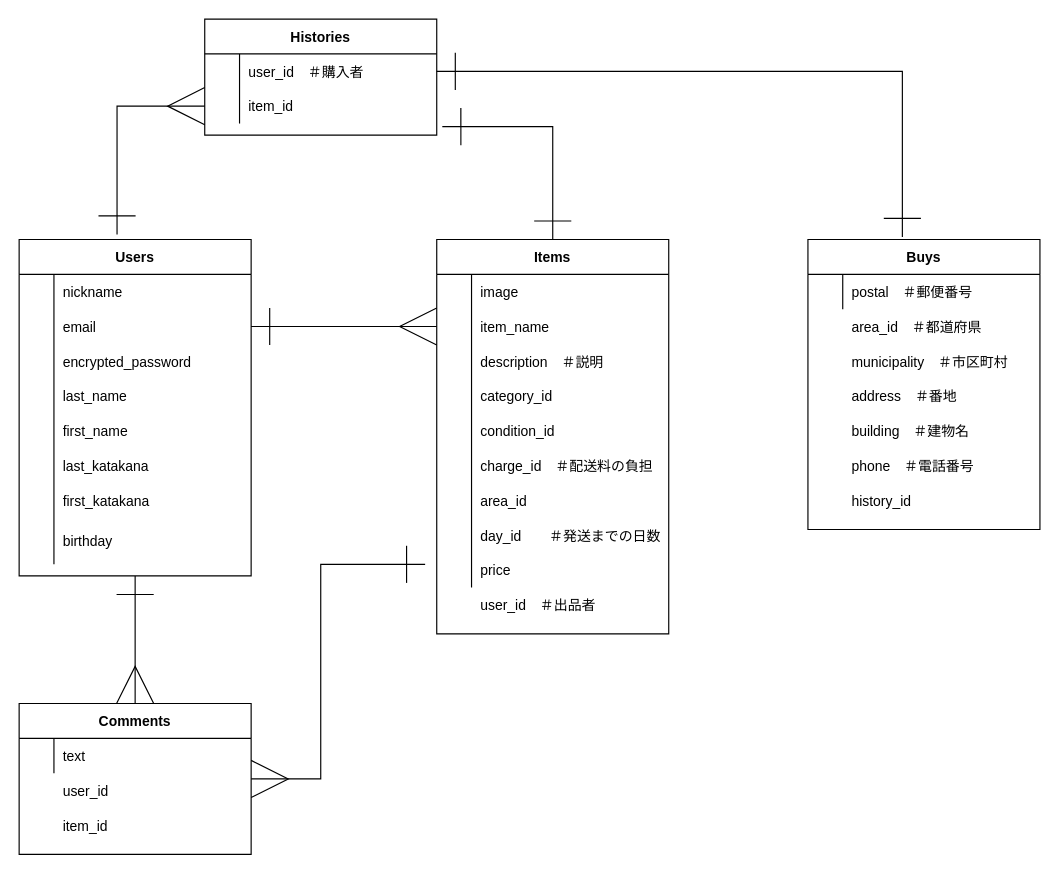
KUMA-06/furima-36109 keeps this draw.io diagram as furima.dio. Above is the earlier version. Source tidied: cells renumbered, new cells numbered last; positions are measured from the earlier drawing's top-left corner, leaving out a move shared by most shapes. Both pictures are drawn from the tidied source at 116%, with x=0, y=0 at pixel (19, 19).
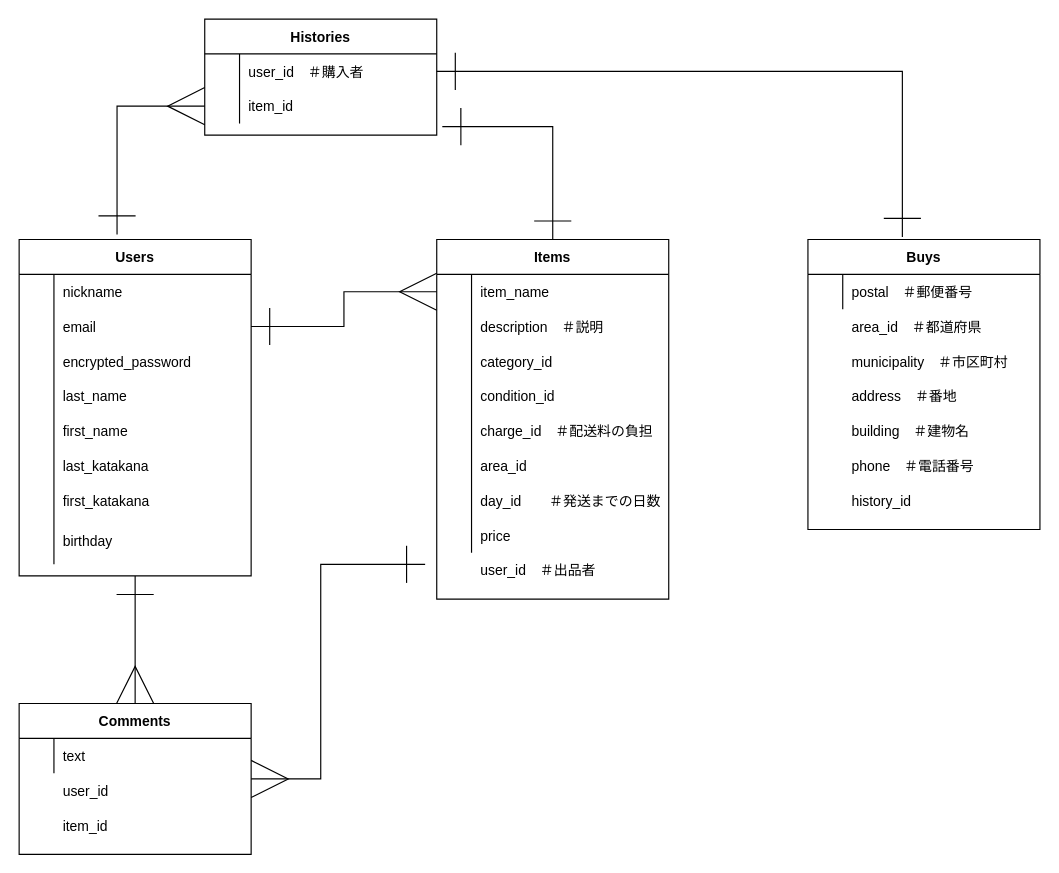
The same page after the edit.

Commit message:
データベース設計　完成

Change to the diagram source:
```diff
@@
     <mxCell id="29" value="Items" style="shape=table;startSize=30;childLayout=tableLayout;rowLines=0;fontStyle=1;align=center;" parent="1" vertex="1">
-      <mxGeometry x="360" y="190" width="200" height="340" as="geometry" />
+      <mxGeometry x="360" y="190" width="200" height="310" as="geometry" />
     </mxCell>
-    <mxCell id="30" style="shape=partialRectangle;fillColor=none;top=0;left=0;bottom=0;right=0;" parent="29" vertex="1">
-      <mxGeometry y="30" width="200" height="30" as="geometry" />
-    </mxCell>
-    <mxCell id="31" style="shape=partialRectangle;fillColor=none;top=0;left=0;bottom=0;right=0;overflow=hidden;" parent="30" vertex="1">
-      <mxGeometry width="30" height="30" as="geometry" />
-    </mxCell>
-    <mxCell id="32" value="image" style="shape=partialRectangle;fillColor=none;top=0;left=0;bottom=0;right=0;align=left;spacingLeft=6;overflow=hidden;perimeterSpacing=1;" parent="30" vertex="1">
-      <mxGeometry x="30" width="170" height="30" as="geometry" />
-    </mxCell>
     <mxCell id="33" style="shape=partialRectangle;fillColor=none;top=0;left=0;bottom=0;right=0;points=[[0,0.5],[1,0.5]];portConstraint=eastwest;" parent="29" vertex="1">
-      <mxGeometry y="60" width="200" height="30" as="geometry" />
+      <mxGeometry y="30" width="200" height="30" as="geometry" />
     </mxCell>
@@
     <mxCell id="36" style="shape=partialRectangle;fillColor=none;top=0;left=0;bottom=0;right=0;" parent="29" vertex="1">
-      <mxGeometry y="90" width="200" height="30" as="geometry" />
+      <mxGeometry y="60" width="200" height="30" as="geometry" />
     </mxCell>
@@
     <mxCell id="39" style="shape=partialRectangle;fillColor=none;top=0;left=0;bottom=0;right=0;" parent="29" vertex="1">
-      <mxGeometry y="120" width="200" height="30" as="geometry" />
+      <mxGeometry y="90" width="200" height="30" as="geometry" />
     </mxCell>
@@
     <mxCell id="42" style="shape=partialRectangle;fillColor=none;top=0;left=0;bottom=0;right=0;" parent="29" vertex="1">
-      <mxGeometry y="150" width="200" height="30" as="geometry" />
+      <mxGeometry y="120" width="200" height="30" as="geometry" />
     </mxCell>
@@
     <mxCell id="45" style="shape=partialRectangle;fillColor=none;top=0;left=0;bottom=0;right=0;" parent="29" vertex="1">
-      <mxGeometry y="180" width="200" height="30" as="geometry" />
+      <mxGeometry y="150" width="200" height="30" as="geometry" />
     </mxCell>
@@
     <mxCell id="48" style="shape=partialRectangle;fillColor=none;top=0;left=0;bottom=0;right=0;" parent="29" vertex="1">
-      <mxGeometry y="210" width="200" height="30" as="geometry" />
+      <mxGeometry y="180" width="200" height="30" as="geometry" />
     </mxCell>
@@
     <mxCell id="51" style="shape=partialRectangle;fillColor=none;top=0;left=0;bottom=0;right=0;" parent="29" vertex="1">
-      <mxGeometry y="240" width="200" height="30" as="geometry" />
+      <mxGeometry y="210" width="200" height="30" as="geometry" />
     </mxCell>
@@
     <mxCell id="54" style="shape=partialRectangle;fillColor=none;top=0;left=0;bottom=0;right=0;" parent="29" vertex="1">
-      <mxGeometry y="270" width="200" height="30" as="geometry" />
+      <mxGeometry y="240" width="200" height="30" as="geometry" />
     </mxCell>
@@
     <mxCell id="63" value="user_id　＃出品者" style="shape=partialRectangle;fillColor=none;top=0;left=0;bottom=0;right=0;align=left;spacingLeft=6;overflow=hidden;" parent="1" vertex="1">
-      <mxGeometry x="390" y="490" width="170" height="30" as="geometry" />
+      <mxGeometry x="390" y="460" width="170" height="30" as="geometry" />
     </mxCell>
```
